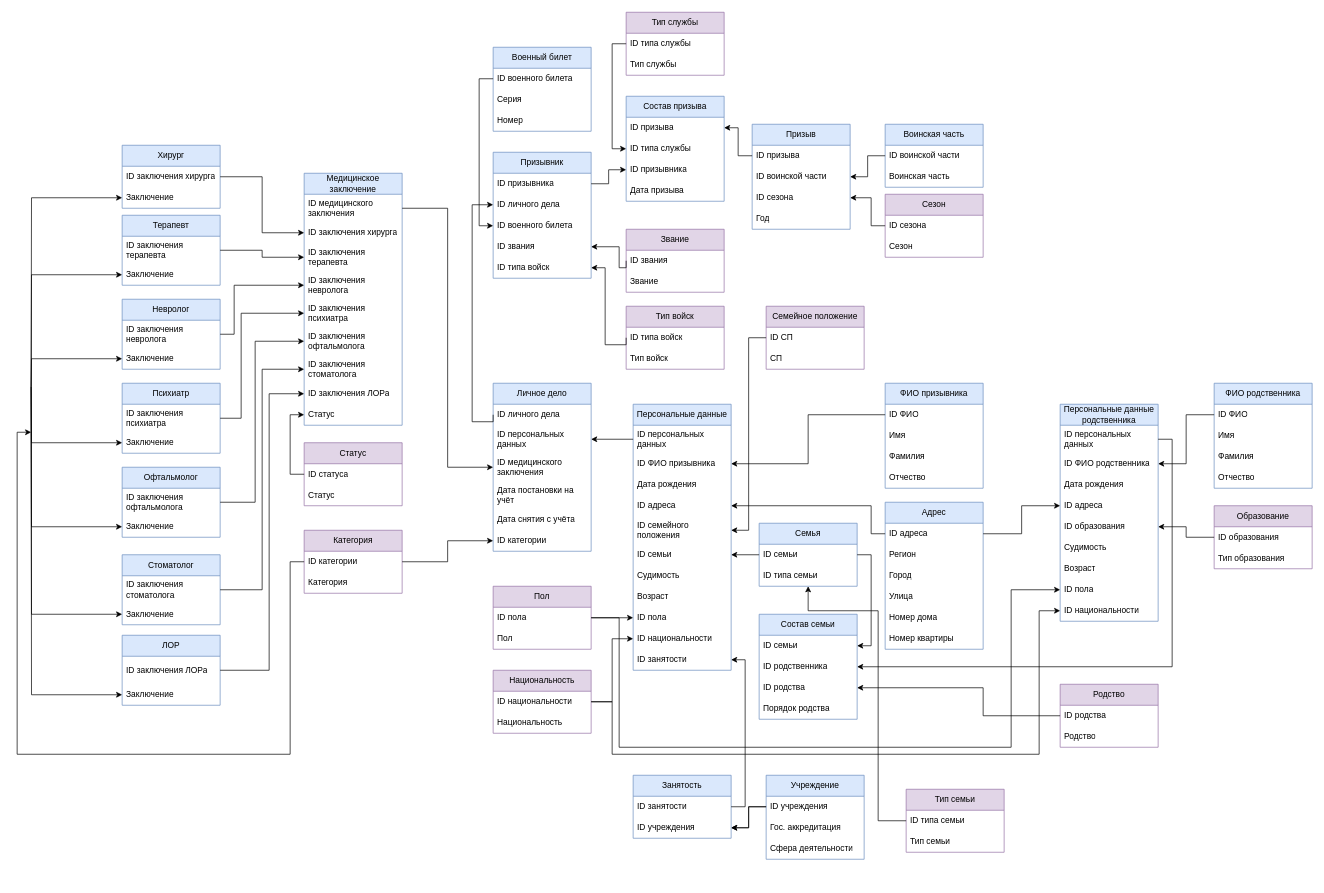
The draw.io diagram 2lab.drawio in TimofeySi/LAB2, before the edit. Source tidied: cells renumbered, new cells numbered last; positions are measured from the earlier drawing's top-left corner, leaving out a move shared by most shapes. Both pictures are drawn from the tidied source at 70%, with x=0, y=0 at pixel (17, 12).
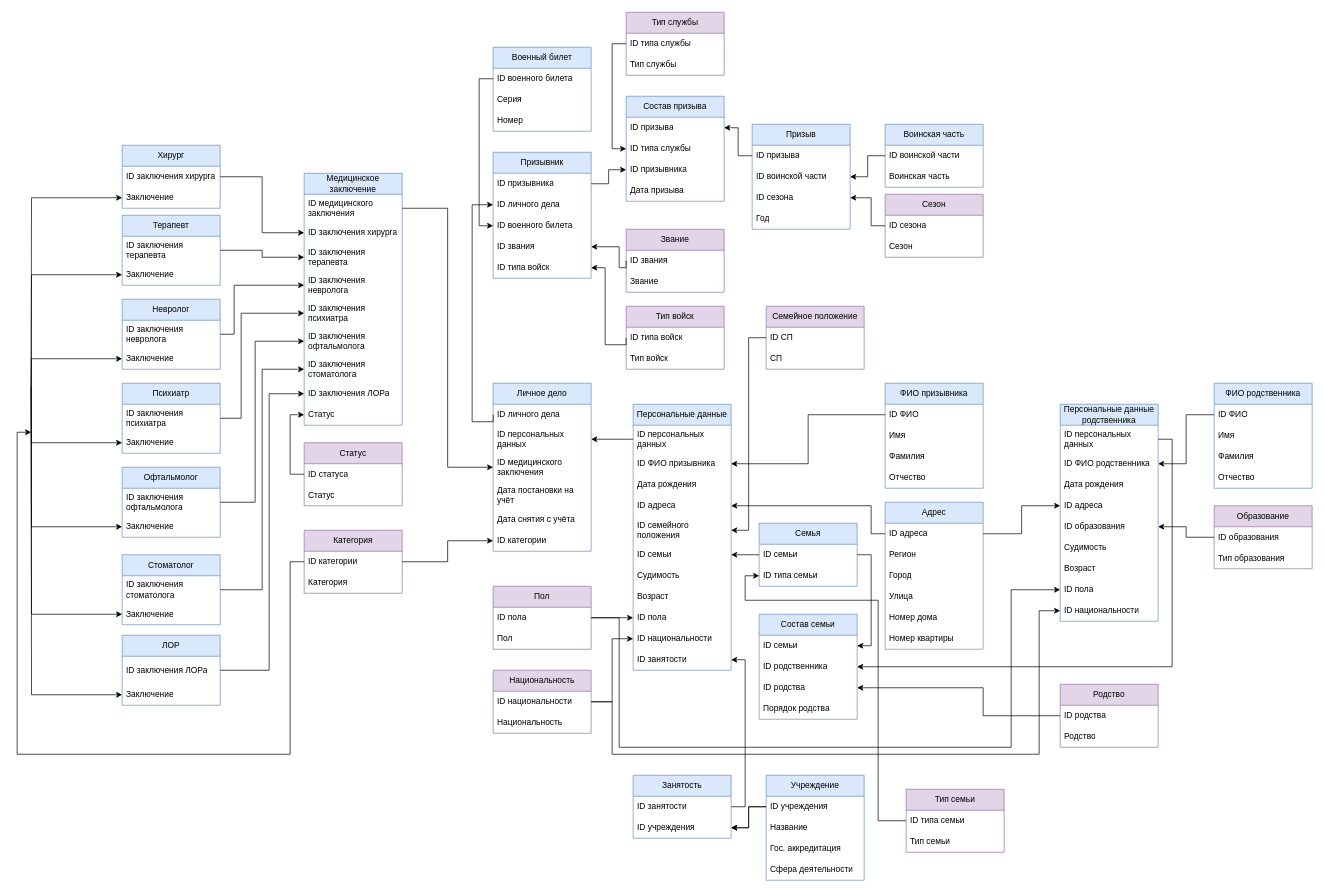
The same page after the edit.

Commit message (it also covers changes not shown here):
Please enter the commit message for your changes. Lines starting with '#' will be ignored, and an empty message aborts the commit.

On branch master
Your branch is up to date with 'origin/master'.

Changes to be committed:
	modified:   2lab.drawio
	modified:   conscriptDB.sql

Unchanged cells that the change refers to:
```xml
<mxCell id="82" value="ID типа семьи" style="text;strokeColor=none;fillColor=none;align=left;verticalAlign=middle;spacingLeft=4;spacingRight=4;overflow=hidden;points=[[0,0.5],[1,0.5]];portConstraint=eastwest;whiteSpace=wrap;html=1;" parent="80" vertex="1">
  <mxGeometry y="60" width="140" height="30" as="geometry" />
</mxCell>
<mxCell id="192" value="ID типа семьи" style="text;strokeColor=none;fillColor=none;align=left;verticalAlign=middle;spacingLeft=4;spacingRight=4;overflow=hidden;points=[[0,0.5],[1,0.5]];portConstraint=eastwest;whiteSpace=wrap;html=1;" parent="191" vertex="1">
  <mxGeometry y="30" width="140" height="30" as="geometry" />
</mxCell>
```

Diff of the diagram source:
```diff
@@
     <mxCell id="179" value="Учреждение" style="swimlane;fontStyle=0;horizontal=1;startSize=30;whiteSpace=wrap;html=1;fillColor=#dae8fc;strokeColor=#6c8ebf;" parent="1" vertex="1">
-      <mxGeometry x="1070" y="1090" width="140" height="120" as="geometry" />
+      <mxGeometry x="1070" y="1090" width="140" height="150" as="geometry" />
     </mxCell>
@@
+    <mxCell id="199" value="Название" style="text;strokeColor=none;fillColor=none;align=left;verticalAlign=middle;spacingLeft=4;spacingRight=4;overflow=hidden;whiteSpace=wrap;html=1;" parent="179" vertex="1">
+      <mxGeometry y="60" width="140" height="30" as="geometry" />
+    </mxCell>
     <mxCell id="181" value="Гос. аккредитация" style="text;strokeColor=none;fillColor=none;align=left;verticalAlign=middle;spacingLeft=4;spacingRight=4;overflow=hidden;whiteSpace=wrap;html=1;" parent="179" vertex="1">
-      <mxGeometry y="60" width="140" height="30" as="geometry" />
+      <mxGeometry y="90" width="140" height="30" as="geometry" />
     </mxCell>
     <mxCell id="182" value="Сфера деятельности" style="text;strokeColor=none;fillColor=none;align=left;verticalAlign=middle;spacingLeft=4;spacingRight=4;overflow=hidden;whiteSpace=wrap;html=1;" parent="179" vertex="1">
-      <mxGeometry y="90" width="140" height="30" as="geometry" />
+      <mxGeometry y="120" width="140" height="30" as="geometry" />
     </mxCell>
@@
-    <mxCell id="194" style="edgeStyle=orthogonalEdgeStyle;rounded=0;jettySize=auto;html=1;exitX=0;exitY=0.5;exitDx=0;exitDy=0;" parent="1" edge="1" source="192" target="82">
+    <mxCell id="194" style="edgeStyle=orthogonalEdgeStyle;rounded=0;jettySize=auto;html=1;exitX=0;exitY=0.5;exitDx=0;exitDy=0;entryX=0;entryY=0.5;entryDx=0;entryDy=0;" parent="1" edge="1" source="192" target="82">
       <mxGeometry relative="1" as="geometry">
         <Array as="points">
           <mxPoint x="1230" y="1155" />
-          <mxPoint x="1230" y="855" />
+          <mxPoint x="1230" y="840" />
+          <mxPoint x="1040" y="840" />
+          <mxPoint x="1040" y="805" />
         </Array>
       </mxGeometry>
     </mxCell>
```
